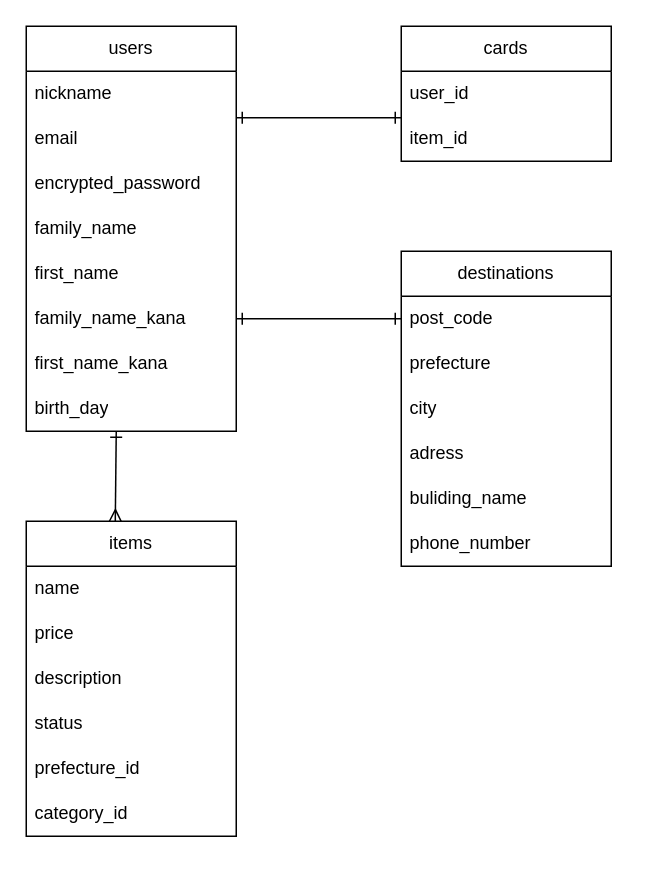
Earlier version of the draw.io diagram furima-41539.dio (Takao-Koyanagi/furima-41539). Source tidied: cells renumbered, new cells numbered last; positions are measured from the earlier drawing's top-left corner, leaving out a move shared by most shapes. Both pictures are drawn from the tidied source at 150%, with x=0, y=0 at pixel (26, 26).
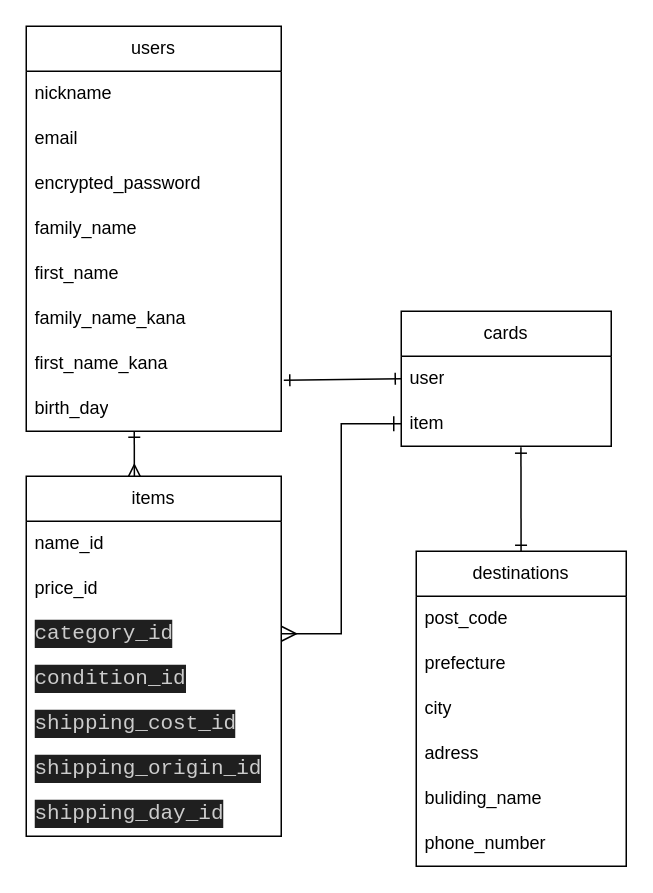
After the change.

Commit message (it also covers changes not shown here):
データーベース設計_修正6

The edit, as a diff of the source:
```diff
@@
     <mxCell id="2" value="users" style="swimlane;fontStyle=0;horizontal=1;startSize=30;whiteSpace=wrap;html=1;" parent="1" vertex="1">
-      <mxGeometry width="140" height="270" as="geometry" />
+      <mxGeometry width="170" height="270" as="geometry" />
     </mxCell>
     <mxCell id="3" value="nickname" style="text;strokeColor=none;fillColor=none;align=left;verticalAlign=middle;spacingLeft=4;spacingRight=4;overflow=hidden;whiteSpace=wrap;html=1;" parent="2" vertex="1">
-      <mxGeometry y="30" width="140" height="30" as="geometry" />
+      <mxGeometry y="30" width="170" height="30" as="geometry" />
     </mxCell>
     <mxCell id="4" value="email" style="text;strokeColor=none;fillColor=none;align=left;verticalAlign=middle;spacingLeft=4;spacingRight=4;overflow=hidden;whiteSpace=wrap;html=1;" parent="2" vertex="1">
-      <mxGeometry y="60" width="140" height="30" as="geometry" />
+      <mxGeometry y="60" width="170" height="30" as="geometry" />
     </mxCell>
     <mxCell id="5" value="encrypted_password" style="text;strokeColor=none;fillColor=none;align=left;verticalAlign=middle;spacingLeft=4;spacingRight=4;overflow=hidden;whiteSpace=wrap;html=1;" parent="2" vertex="1">
-      <mxGeometry y="90" width="140" height="30" as="geometry" />
+      <mxGeometry y="90" width="170" height="30" as="geometry" />
     </mxCell>
     <mxCell id="6" value="family_name" style="text;strokeColor=none;fillColor=none;align=left;verticalAlign=middle;spacingLeft=4;spacingRight=4;overflow=hidden;whiteSpace=wrap;html=1;" parent="2" vertex="1">
-      <mxGeometry y="120" width="140" height="30" as="geometry" />
+      <mxGeometry y="120" width="170" height="30" as="geometry" />
     </mxCell>
     <mxCell id="7" value="first_name" style="text;strokeColor=none;fillColor=none;align=left;verticalAlign=middle;spacingLeft=4;spacingRight=4;overflow=hidden;whiteSpace=wrap;html=1;" parent="2" vertex="1">
-      <mxGeometry y="150" width="140" height="30" as="geometry" />
+      <mxGeometry y="150" width="170" height="30" as="geometry" />
     </mxCell>
     <mxCell id="8" value="family_name_kana" style="text;strokeColor=none;fillColor=none;align=left;verticalAlign=middle;spacingLeft=4;spacingRight=4;overflow=hidden;points=[[0,0.5],[1,0.5]];portConstraint=eastwest;whiteSpace=wrap;html=1;" parent="2" vertex="1">
-      <mxGeometry y="180" width="140" height="30" as="geometry" />
+      <mxGeometry y="180" width="170" height="30" as="geometry" />
     </mxCell>
     <mxCell id="9" value="first_name_kana" style="text;strokeColor=none;fillColor=none;align=left;verticalAlign=middle;spacingLeft=4;spacingRight=4;overflow=hidden;points=[[0,0.5],[1,0.5]];portConstraint=eastwest;whiteSpace=wrap;html=1;" parent="2" vertex="1">
-      <mxGeometry y="210" width="140" height="30" as="geometry" />
+      <mxGeometry y="210" width="170" height="30" as="geometry" />
     </mxCell>
     <mxCell id="10" value="birth_day" style="text;strokeColor=none;fillColor=none;align=left;verticalAlign=middle;spacingLeft=4;spacingRight=4;overflow=hidden;whiteSpace=wrap;html=1;" parent="2" vertex="1">
-      <mxGeometry y="240" width="140" height="30" as="geometry" />
+      <mxGeometry y="240" width="170" height="30" as="geometry" />
     </mxCell>
     <mxCell id="11" value="cards" style="swimlane;fontStyle=0;horizontal=1;startSize=30;whiteSpace=wrap;html=1;" parent="1" vertex="1">
-      <mxGeometry x="250" width="140" height="90" as="geometry" />
+      <mxGeometry x="250" y="190" width="140" height="90" as="geometry" />
     </mxCell>
-    <mxCell id="12" value="user_id" style="text;strokeColor=none;fillColor=none;align=left;verticalAlign=middle;spacingLeft=4;spacingRight=4;overflow=hidden;points=[[0,0.5],[1,0.5]];portConstraint=eastwest;whiteSpace=wrap;html=1;" parent="11" vertex="1">
+    <mxCell id="12" value="user" style="text;strokeColor=none;fillColor=none;align=left;verticalAlign=middle;spacingLeft=4;spacingRight=4;overflow=hidden;points=[[0,0.5],[1,0.5]];portConstraint=eastwest;whiteSpace=wrap;html=1;" parent="11" vertex="1">
       <mxGeometry y="30" width="140" height="30" as="geometry" />
     </mxCell>
-    <mxCell id="13" value="item_id" style="text;strokeColor=none;fillColor=none;align=left;verticalAlign=middle;spacingLeft=4;spacingRight=4;overflow=hidden;points=[[0,0.5],[1,0.5]];portConstraint=eastwest;whiteSpace=wrap;html=1;" parent="11" vertex="1">
+    <mxCell id="13" value="item" style="text;strokeColor=none;fillColor=none;align=left;verticalAlign=middle;spacingLeft=4;spacingRight=4;overflow=hidden;points=[[0,0.5],[1,0.5]];portConstraint=eastwest;whiteSpace=wrap;html=1;" parent="11" vertex="1">
       <mxGeometry y="60" width="140" height="30" as="geometry" />
     </mxCell>
-    <mxCell id="14" style="edgeStyle=none;html=1;exitX=1;exitY=0.5;exitDx=0;exitDy=0;entryX=0;entryY=0.5;entryDx=0;entryDy=0;startArrow=ERone;startFill=0;endArrow=ERone;endFill=0;" parent="1" edge="1">
-      <mxGeometry relative="1" as="geometry">
-        <mxPoint x="140" y="61" as="sourcePoint" />
-        <mxPoint x="250" y="61" as="targetPoint" />
-      </mxGeometry>
+    <mxCell id="14" style="edgeStyle=none;html=1;exitX=1.01;exitY=0.867;exitDx=0;exitDy=0;entryX=0;entryY=0.5;entryDx=0;entryDy=0;startArrow=ERone;startFill=0;endArrow=ERone;endFill=0;exitPerimeter=0;" parent="1" edge="1" source="9" target="12">
+      <mxGeometry relative="1" as="geometry" />
     </mxCell>
     <mxCell id="15" value="destinations" style="swimlane;fontStyle=0;horizontal=1;startSize=30;whiteSpace=wrap;html=1;" parent="1" vertex="1">
-      <mxGeometry x="250" y="150" width="140" height="210" as="geometry" />
+      <mxGeometry x="260" y="350" width="140" height="210" as="geometry" />
     </mxCell>
@@
     <mxCell id="22" value="items" style="swimlane;fontStyle=0;horizontal=1;startSize=30;whiteSpace=wrap;html=1;" parent="1" vertex="1">
-      <mxGeometry y="330" width="140" height="210" as="geometry" />
+      <mxGeometry y="300" width="170" height="240" as="geometry" />
     </mxCell>
-    <mxCell id="23" value="name" style="text;strokeColor=none;fillColor=none;align=left;verticalAlign=middle;spacingLeft=4;spacingRight=4;overflow=hidden;whiteSpace=wrap;html=1;" parent="22" vertex="1">
-      <mxGeometry y="30" width="140" height="30" as="geometry" />
+    <mxCell id="23" value="name_id" style="text;strokeColor=none;fillColor=none;align=left;verticalAlign=middle;spacingLeft=4;spacingRight=4;overflow=hidden;whiteSpace=wrap;html=1;" parent="22" vertex="1">
+      <mxGeometry y="30" width="170" height="30" as="geometry" />
     </mxCell>
-    <mxCell id="24" value="price" style="text;strokeColor=none;fillColor=none;align=left;verticalAlign=middle;spacingLeft=4;spacingRight=4;overflow=hidden;whiteSpace=wrap;html=1;" parent="22" vertex="1">
-      <mxGeometry y="60" width="140" height="30" as="geometry" />
+    <mxCell id="24" value="price_id" style="text;strokeColor=none;fillColor=none;align=left;verticalAlign=middle;spacingLeft=4;spacingRight=4;overflow=hidden;whiteSpace=wrap;html=1;" parent="22" vertex="1">
+      <mxGeometry y="60" width="170" height="30" as="geometry" />
     </mxCell>
-    <mxCell id="25" value="description" style="text;strokeColor=none;fillColor=none;align=left;verticalAlign=middle;spacingLeft=4;spacingRight=4;overflow=hidden;points=[[0,0.5],[1,0.5]];portConstraint=eastwest;whiteSpace=wrap;html=1;" parent="22" vertex="1">
-      <mxGeometry y="90" width="140" height="30" as="geometry" />
+    <mxCell id="25" value="&lt;div style=&quot;color: rgb(204, 204, 204); background-color: rgb(31, 31, 31); font-family: Consolas, &amp;quot;Courier New&amp;quot;, monospace; font-size: 14px; line-height: 19px;&quot;&gt;category_id&lt;/div&gt;" style="text;strokeColor=none;fillColor=none;align=left;verticalAlign=middle;spacingLeft=4;spacingRight=4;overflow=hidden;points=[[0,0.5],[1,0.5]];portConstraint=eastwest;whiteSpace=wrap;html=1;" parent="22" vertex="1">
+      <mxGeometry y="90" width="170" height="30" as="geometry" />
     </mxCell>
-    <mxCell id="26" value="status" style="text;strokeColor=none;fillColor=none;align=left;verticalAlign=middle;spacingLeft=4;spacingRight=4;overflow=hidden;whiteSpace=wrap;html=1;" parent="22" vertex="1">
-      <mxGeometry y="120" width="140" height="30" as="geometry" />
+    <mxCell id="26" value="&lt;div style=&quot;color: rgb(204, 204, 204); background-color: rgb(31, 31, 31); font-family: Consolas, &amp;quot;Courier New&amp;quot;, monospace; font-size: 14px; line-height: 19px;&quot;&gt;condition_id&lt;/div&gt;" style="text;strokeColor=none;fillColor=none;align=left;verticalAlign=middle;spacingLeft=4;spacingRight=4;overflow=hidden;whiteSpace=wrap;html=1;" parent="22" vertex="1">
+      <mxGeometry y="120" width="170" height="30" as="geometry" />
     </mxCell>
-    <mxCell id="27" value="prefecture_id" style="text;strokeColor=none;fillColor=none;align=left;verticalAlign=middle;spacingLeft=4;spacingRight=4;overflow=hidden;whiteSpace=wrap;html=1;" parent="22" vertex="1">
-      <mxGeometry y="150" width="140" height="30" as="geometry" />
+    <mxCell id="27" value="&lt;div style=&quot;color: rgb(204, 204, 204); background-color: rgb(31, 31, 31); font-family: Consolas, &amp;quot;Courier New&amp;quot;, monospace; font-size: 14px; line-height: 19px;&quot;&gt;shipping_cost_id&lt;/div&gt;" style="text;strokeColor=none;fillColor=none;align=left;verticalAlign=middle;spacingLeft=4;spacingRight=4;overflow=hidden;whiteSpace=wrap;html=1;" parent="22" vertex="1">
+      <mxGeometry y="150" width="170" height="30" as="geometry" />
     </mxCell>
-    <mxCell id="28" value="category_id" style="text;strokeColor=none;fillColor=none;align=left;verticalAlign=middle;spacingLeft=4;spacingRight=4;overflow=hidden;whiteSpace=wrap;html=1;" parent="22" vertex="1">
-      <mxGeometry y="180" width="140" height="30" as="geometry" />
+    <mxCell id="28" value="&lt;div style=&quot;color: rgb(204, 204, 204); background-color: rgb(31, 31, 31); font-family: Consolas, &amp;quot;Courier New&amp;quot;, monospace; font-size: 14px; line-height: 19px;&quot;&gt;shipping_origin_id&lt;/div&gt;" style="text;strokeColor=none;fillColor=none;align=left;verticalAlign=middle;spacingLeft=4;spacingRight=4;overflow=hidden;whiteSpace=wrap;html=1;" parent="22" vertex="1">
+      <mxGeometry y="180" width="170" height="30" as="geometry" />
     </mxCell>
+    <mxCell id="31" value="&lt;div style=&quot;color: rgb(204, 204, 204); background-color: rgb(31, 31, 31); font-family: Consolas, &amp;quot;Courier New&amp;quot;, monospace; font-size: 14px; line-height: 19px;&quot;&gt;shipping_day_id&lt;/div&gt;" style="text;strokeColor=none;fillColor=none;align=left;verticalAlign=middle;spacingLeft=4;spacingRight=4;overflow=hidden;whiteSpace=wrap;html=1;" parent="22" vertex="1">
+      <mxGeometry y="210" width="170" height="30" as="geometry" />
+    </mxCell>
-    <mxCell id="29" style="edgeStyle=none;html=1;exitX=1;exitY=0.5;exitDx=0;exitDy=0;startArrow=ERone;startFill=0;endArrow=ERone;endFill=0;" parent="1" edge="1" source="8">
-      <mxGeometry relative="1" as="geometry">
-        <mxPoint x="250" y="195" as="targetPoint" />
-      </mxGeometry>
+    <mxCell id="29" style="edgeStyle=none;html=1;exitX=0.57;exitY=1.021;exitDx=0;exitDy=0;startArrow=ERone;startFill=0;endArrow=ERone;endFill=0;exitPerimeter=0;" parent="1" edge="1" source="13" target="15">
+      <mxGeometry relative="1" as="geometry" />
     </mxCell>
     <mxCell id="30" style="endArrow=ERmany;html=1;startArrow=ERone;startFill=0;endFill=0;entryX=0.424;entryY=0.001;entryDx=0;entryDy=0;entryPerimeter=0;" parent="1" edge="1" target="22">
       <mxGeometry relative="1" as="geometry">
-        <mxPoint x="60" y="270" as="sourcePoint" />
+        <mxPoint x="72" y="270" as="sourcePoint" />
       </mxGeometry>
     </mxCell>
+    <mxCell id="32" style="edgeStyle=elbowEdgeStyle;elbow=horizontal;endArrow=ERone;html=1;curved=0;rounded=0;endSize=8;startSize=8;entryX=0;entryY=0.5;entryDx=0;entryDy=0;startArrow=ERmany;startFill=0;endFill=0;" parent="1" edge="1" source="25" target="13">
+      <mxGeometry relative="1" as="geometry" />
+    </mxCell>
```
